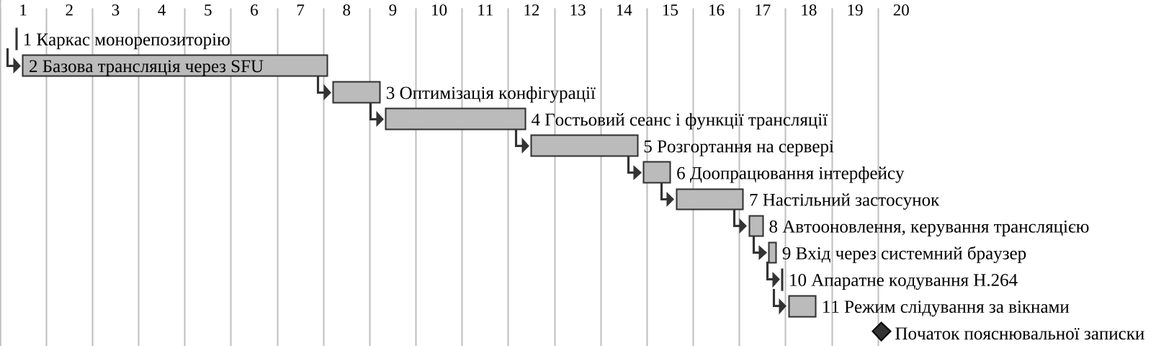
This is thesis/diagrams/fig-gantt.png from Nikitos1926/stream-share, a PlantUML export, as it was before one commit. Source of this version:
```plantuml
@startgantt
!pragma layout smetana
skinparam defaultFontName "Liberation Serif"
skinparam dpi 200
<style>
ganttDiagram {
  FontName "Liberation Serif"
  FontSize 12
  task {
    FontName "Liberation Serif"
    FontSize 12
    BackGroundColor #BBBBBB
    LineColor #333333
  }
  milestone {
    FontName "Liberation Serif"
    FontSize 12
    BackGroundColor #333333
  }
  timeline {
    FontName "Liberation Serif"
    FontSize 11
  }
  arrow {
    LineColor #333333
  }
}
</style>
printscale weekly
hide footbox
hide column start
hide column end
hide column duration

[1 Каркас монорепозиторію] as [T1] starts D+2 and lasts 1 days
[2 Базова трансляція через SFU] as [T2] starts D+3 and lasts 47 days
[3 Оптимізація конфігурації] as [T3] starts D+50 and lasts 8 days
[4 Гостьовий сеанс і функції трансляції] as [T4] starts D+58 and lasts 22 days
[5 Розгортання на сервері] as [T5] starts D+80 and lasts 17 days
[6 Доопрацювання інтерфейсу] as [T6] starts D+97 and lasts 5 days
[7 Настільний застосунок] as [T7] starts D+102 and lasts 11 days
[8 Автооновлення, керування трансляцією] as [T8] starts D+113 and lasts 3 days
[9 Вхід через системний браузер] as [T9] starts D+116 and lasts 2 days
[10 Апаратне кодування H.264] as [T10] starts D+118 and lasts 1 days
[11 Режим слідування за вікнами] as [T11] starts D+119 and lasts 5 days
[Початок пояснювальної записки] as [M1] happens D+133

[T1] -> [T2]
[T2] -> [T3]
[T3] -> [T4]
[T4] -> [T5]
[T5] -> [T6]
[T6] -> [T7]
[T7] -> [T8]
[T8] -> [T9]
[T9] -> [T10]
[T10] -> [T11]
@endgantt
```
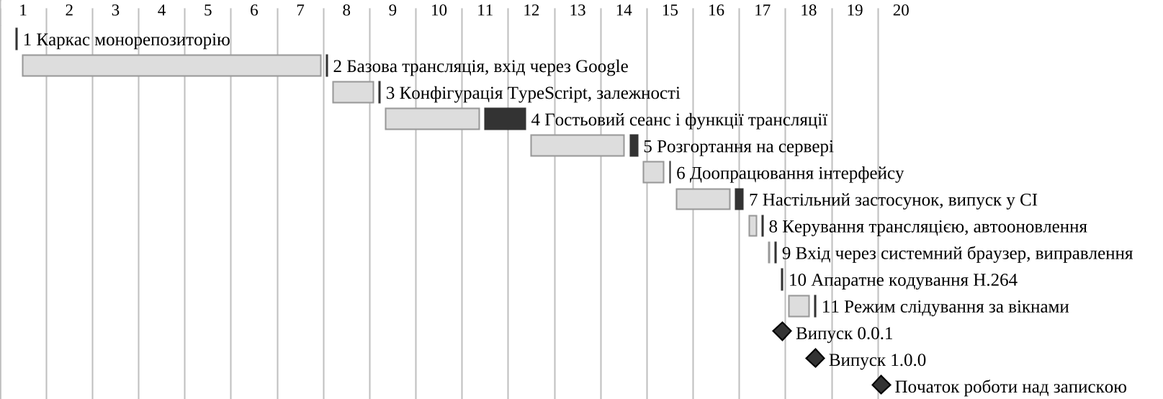
After the commit.

Diff of the diagram source:
```diff
@@ -9,7 +9,6 @@
   task {
     FontName "Liberation Serif"
     FontSize 12
-    BackGroundColor #BBBBBB
     LineColor #333333
   }
   milestone {
@@ -21,9 +20,6 @@
     FontName "Liberation Serif"
     FontSize 11
   }
-  arrow {
-    LineColor #333333
-  }
 }
 </style>
 printscale weekly
@@ -32,27 +28,58 @@
 hide column end
 hide column duration
 
-[1 Каркас монорепозиторію] as [T1] starts D+2 and lasts 1 days
-[2 Базова трансляція через SFU] as [T2] starts D+3 and lasts 47 days
-[3 Оптимізація конфігурації] as [T3] starts D+50 and lasts 8 days
-[4 Гостьовий сеанс і функції трансляції] as [T4] starts D+58 and lasts 22 days
-[5 Розгортання на сервері] as [T5] starts D+80 and lasts 17 days
-[6 Доопрацювання інтерфейсу] as [T6] starts D+97 and lasts 5 days
-[7 Настільний застосунок] as [T7] starts D+102 and lasts 11 days
-[8 Автооновлення, керування трансляцією] as [T8] starts D+113 and lasts 3 days
-[9 Вхід через системний браузер] as [T9] starts D+116 and lasts 2 days
-[10 Апаратне кодування H.264] as [T10] starts D+118 and lasts 1 days
-[11 Режим слідування за вікнами] as [T11] starts D+119 and lasts 5 days
-[Початок пояснювальної записки] as [M1] happens D+133
+[1 Каркас монорепозиторію] as [C1] starts D+2 and lasts 1 days
+[2 Базова трансляція, вхід через Google] as [C2] starts D+49 and lasts 1 days
+[​] as [G2] starts D+3 and lasts 46 days
+[3 Конфігурація TypeScript, залежності] as [C3] starts D+57 and lasts 1 days
+[​​] as [G3] starts D+50 and lasts 7 days
+[4 Гостьовий сеанс і функції трансляції] as [C4] starts D+73 and lasts 7 days
+[​​​] as [G4] starts D+58 and lasts 15 days
+[5 Розгортання на сервері] as [C5] starts D+95 and lasts 2 days
+[​​​​] as [G5] starts D+80 and lasts 15 days
+[6 Доопрацювання інтерфейсу] as [C6] starts D+101 and lasts 1 days
+[​​​​​] as [G6] starts D+97 and lasts 4 days
+[7 Настільний застосунок, випуск у CI] as [C7] starts D+111 and lasts 2 days
+[​​​​​​] as [G7] starts D+102 and lasts 9 days
+[8 Керування трансляцією, автооновлення] as [C8] starts D+115 and lasts 1 days
+[​​​​​​​] as [G8] starts D+113 and lasts 2 days
+[9 Вхід через системний браузер, виправлення] as [C9] starts D+117 and lasts 1 days
+[​​​​​​​​] as [G9] starts D+116 and lasts 1 days
+[10 Апаратне кодування H.264] as [C10] starts D+118 and lasts 1 days
+[11 Режим слідування за вікнами] as [C11] starts D+123 and lasts 1 days
+[​​​​​​​​​] as [G11] starts D+119 and lasts 4 days
+[Випуск 0.0.1] happens D+118
+[Випуск 1.0.0] happens D+123
+[Початок роботи над запискою] happens D+133
 
-[T1] -> [T2]
-[T2] -> [T3]
-[T3] -> [T4]
-[T4] -> [T5]
-[T5] -> [T6]
-[T6] -> [T7]
-[T7] -> [T8]
-[T8] -> [T9]
-[T9] -> [T10]
-[T10] -> [T11]
+[G2] displays on same row as [C2]
+[G3] displays on same row as [C3]
+[G4] displays on same row as [C4]
+[G5] displays on same row as [C5]
+[G6] displays on same row as [C6]
+[G7] displays on same row as [C7]
+[G8] displays on same row as [C8]
+[G9] displays on same row as [C9]
+[G11] displays on same row as [C11]
+
+[C1] is colored in #333333/#333333
+[C2] is colored in #333333/#333333
+[C3] is colored in #333333/#333333
+[C4] is colored in #333333/#333333
+[C5] is colored in #333333/#333333
+[C6] is colored in #333333/#333333
+[C7] is colored in #333333/#333333
+[C8] is colored in #333333/#333333
+[C9] is colored in #333333/#333333
+[C10] is colored in #333333/#333333
+[C11] is colored in #333333/#333333
+[G2] is colored in #DDDDDD/#999999
+[G3] is colored in #DDDDDD/#999999
+[G4] is colored in #DDDDDD/#999999
+[G5] is colored in #DDDDDD/#999999
+[G6] is colored in #DDDDDD/#999999
+[G7] is colored in #DDDDDD/#999999
+[G8] is colored in #DDDDDD/#999999
+[G9] is colored in #DDDDDD/#999999
+[G11] is colored in #DDDDDD/#999999
 @endgantt
```
